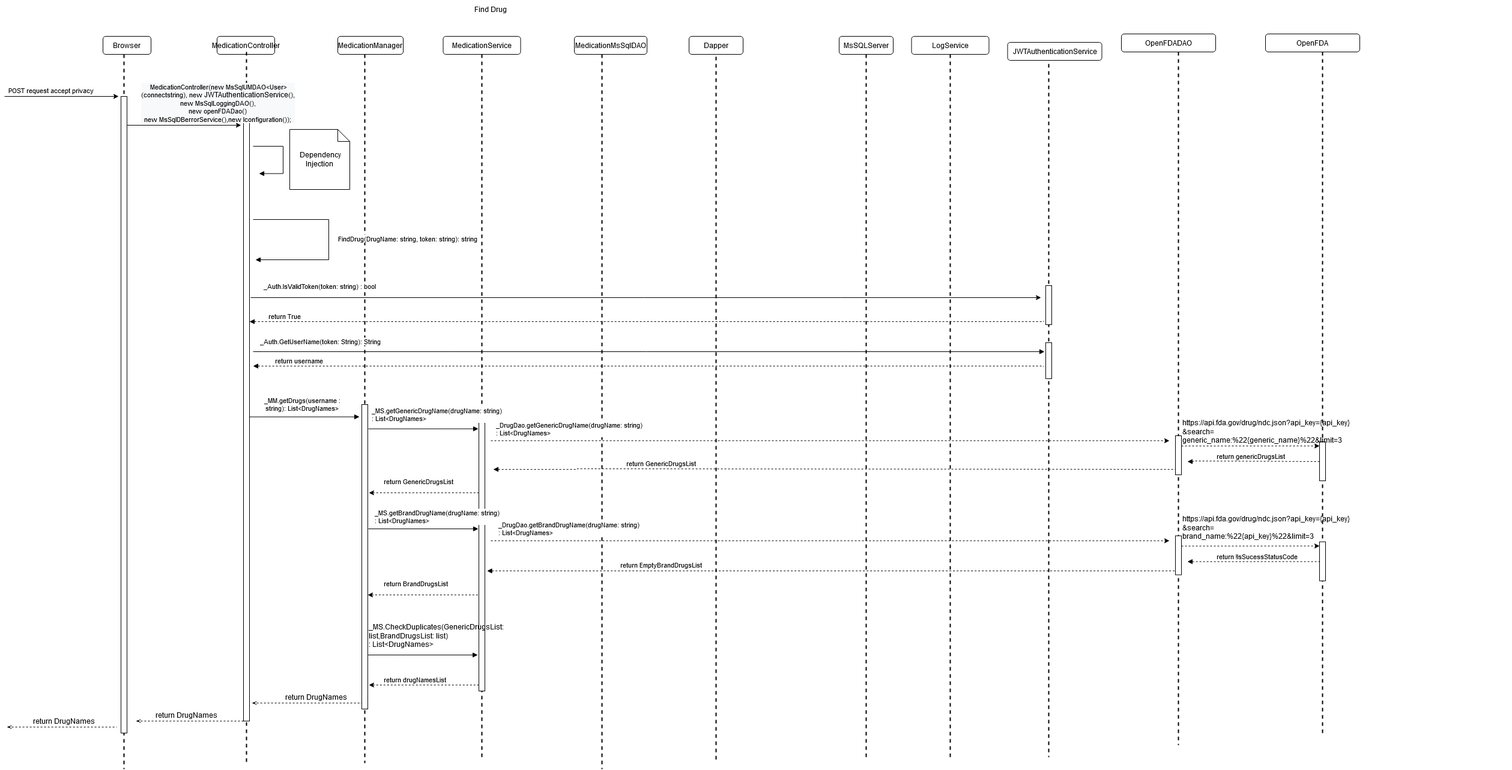
This is Documents/Features/Feature-Medication Lookup/search medicine/MedicationSearch-No brand name.drawio.png from Annihilator3180/CECS-491A-Senior-Project, a draw.io export, as it was before one commit. Source tidied: cells renumbered, new cells last; positions are measured from the earlier drawing's top-left corner, leaving out a move shared by most shapes.
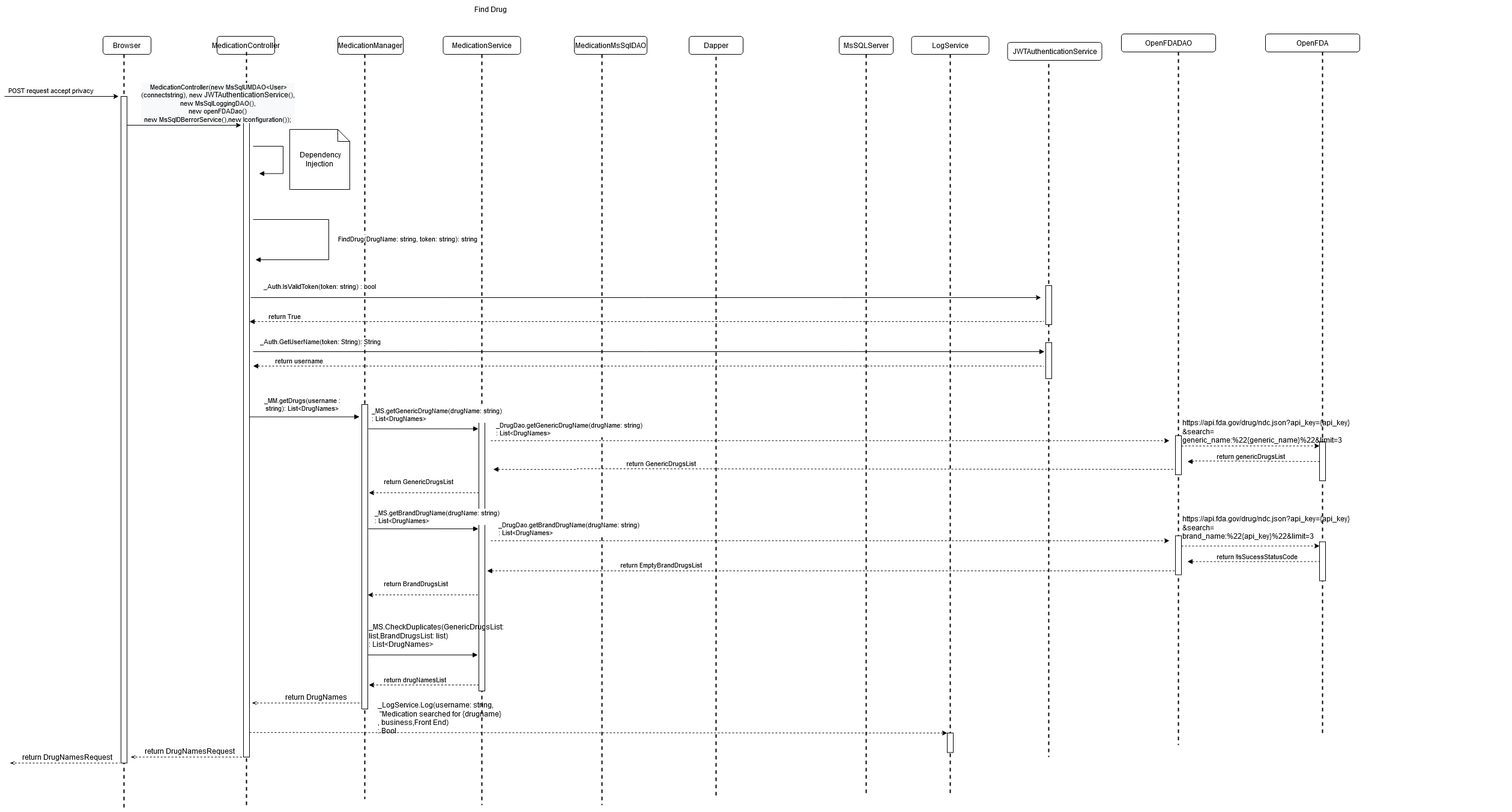
After the commit.

Diff of the diagram source:
```diff
@@ -15,22 +15,22 @@
       <mxGeometry x="555" y="60" width="109" height="30" as="geometry" />
     </mxCell>
     <mxCell id="6" style="line;strokeWidth=2;direction=south;html=1;dashed=1;" parent="1" vertex="1">
-      <mxGeometry x="398" y="86" width="10" height="1184" as="geometry" />
+      <mxGeometry x="398" y="86" width="10" height="1254" as="geometry" />
     </mxCell>
     <mxCell id="7" style="line;strokeWidth=2;direction=south;html=1;dashed=1;" parent="1" vertex="1">
-      <mxGeometry x="595" y="90" width="10" height="1180" as="geometry" />
+      <mxGeometry x="595" y="90" width="10" height="1240" as="geometry" />
     </mxCell>
     <mxCell id="8" style="line;strokeWidth=2;direction=south;html=1;dashed=1;" parent="1" vertex="1">
-      <mxGeometry x="790" y="90" width="10" height="1170" as="geometry" />
+      <mxGeometry x="790" y="90" width="10" height="1250" as="geometry" />
     </mxCell>
     <mxCell id="9" style="line;strokeWidth=2;direction=south;html=1;dashed=1;" parent="1" vertex="1">
-      <mxGeometry x="1430" y="90" width="10" height="1170" as="geometry" />
+      <mxGeometry x="1430" y="90" width="10" height="1230" as="geometry" />
     </mxCell>
     <mxCell id="10" value="MedicationMsSqlDAO" style="rounded=1;whiteSpace=wrap;html=1;" parent="1" vertex="1">
       <mxGeometry x="949" y="60" width="121" height="30" as="geometry" />
     </mxCell>
     <mxCell id="11" style="line;strokeWidth=2;direction=south;html=1;dashed=1;" parent="1" vertex="1">
-      <mxGeometry x="990" y="90" width="10" height="1190" as="geometry" />
+      <mxGeometry x="990" y="90" width="10" height="1250" as="geometry" />
     </mxCell>
     <mxCell id="12" style="html=1;perimeter=orthogonalPerimeter;" parent="1" vertex="1">
       <mxGeometry x="595" y="673" width="10" height="507" as="geometry" />
@@ -39,16 +39,16 @@
       <mxGeometry x="790" y="695" width="10" height="455" as="geometry" />
     </mxCell>
     <mxCell id="14" style="line;strokeWidth=2;direction=south;html=1;dashed=1;" parent="1" vertex="1">
-      <mxGeometry x="1570" y="90" width="10" height="1170" as="geometry" />
+      <mxGeometry x="1570" y="90" width="10" height="1230" as="geometry" />
     </mxCell>
     <mxCell id="15" value="Browser" style="rounded=1;whiteSpace=wrap;html=1;" parent="1" vertex="1">
       <mxGeometry x="164" y="60" width="80" height="30" as="geometry" />
     </mxCell>
     <mxCell id="16" style="line;strokeWidth=2;direction=south;html=1;dashed=1;" parent="1" vertex="1">
-      <mxGeometry x="194" y="90" width="10" height="1190" as="geometry" />
+      <mxGeometry x="194" y="90" width="10" height="1260" as="geometry" />
     </mxCell>
     <mxCell id="17" style="html=1;perimeter=orthogonalPerimeter;" parent="1" vertex="1">
-      <mxGeometry x="194" y="160" width="10" height="1060" as="geometry" />
+      <mxGeometry x="194" y="160" width="10" height="1110" as="geometry" />
     </mxCell>
     <mxCell id="18" style="endArrow=classic;html=1;rounded=0;" parent="1" edge="1">
       <mxGeometry relative="1" as="geometry">
@@ -65,7 +65,7 @@
       <mxGeometry x="1734" y="94" width="10" height="1166" as="geometry" />
     </mxCell>
     <mxCell id="21" style="line;strokeWidth=2;direction=south;html=1;dashed=1;" parent="1" vertex="1">
-      <mxGeometry x="1180" y="94" width="10" height="1176" as="geometry" />
+      <mxGeometry x="1180" y="94" width="10" height="1236" as="geometry" />
     </mxCell>
     <mxCell id="22" value="Dapper" style="rounded=1;whiteSpace=wrap;html=1;" parent="1" vertex="1">
       <mxGeometry x="1140" y="60" width="90" height="30" as="geometry" />
@@ -86,7 +86,7 @@
       </mxGeometry>
     </mxCell>
     <mxCell id="27" style="html=1;perimeter=orthogonalPerimeter;" parent="1" vertex="1">
-      <mxGeometry x="398" y="190" width="10" height="1010" as="geometry" />
+      <mxGeometry x="398" y="190" width="10" height="1070" as="geometry" />
     </mxCell>
     <mxCell id="28" style="endArrow=classic;html=1;rounded=0;edgeStyle=orthogonalEdgeStyle;" parent="1" edge="1">
       <mxGeometry relative="1" as="geometry">
@@ -403,29 +403,55 @@
     <mxCell id="80" value="return DrugNames" style="text;html=1;align=center;verticalAlign=middle;strokeColor=none;fillColor=none;" parent="1" vertex="1">
       <mxGeometry x="463.9" y="1150" width="110" height="20" as="geometry" />
     </mxCell>
-    <mxCell id="81" style="endArrow=none;endFill=0;html=1;edgeStyle=orthogonalEdgeStyle;align=left;verticalAlign=top;rounded=0;exitX=1.133;exitY=0.18;exitDx=0;exitDy=0;exitPerimeter=0;entryX=-0.055;entryY=0.009;entryDx=0;entryDy=0;entryPerimeter=0;startArrow=openThin;startFill=0;dashed=1;" parent="1" edge="1">
-      <mxGeometry x="-1" relative="1" as="geometry">
-        <mxPoint x="218.7" y="1200" as="sourcePoint" />
-        <mxPoint x="401.9" y="1200" as="targetPoint" />
-        <Array as="points">
-          <mxPoint x="402.4" y="1200.4" />
-        </Array>
-      </mxGeometry>
-    </mxCell>
-    <mxCell id="82" value="return DrugNames" style="text;html=1;align=center;verticalAlign=middle;strokeColor=none;fillColor=none;" parent="1" vertex="1">
-      <mxGeometry x="247.9" y="1180" width="110" height="20" as="geometry" />
-    </mxCell>
-    <mxCell id="83" style="endArrow=none;endFill=0;html=1;edgeStyle=orthogonalEdgeStyle;align=left;verticalAlign=top;rounded=0;exitX=1.133;exitY=0.18;exitDx=0;exitDy=0;exitPerimeter=0;entryX=-0.055;entryY=0.009;entryDx=0;entryDy=0;entryPerimeter=0;startArrow=openThin;startFill=0;dashed=1;" parent="1" edge="1">
-      <mxGeometry x="-1" relative="1" as="geometry">
-        <mxPoint x="3.9" y="1210" as="sourcePoint" />
-        <mxPoint x="187" y="1210" as="targetPoint" />
-        <Array as="points">
-          <mxPoint x="187.5" y="1210.4" />
-        </Array>
-      </mxGeometry>
-    </mxCell>
-    <mxCell id="84" value="return DrugNames" style="text;html=1;align=center;verticalAlign=middle;strokeColor=none;fillColor=none;" parent="1" vertex="1">
-      <mxGeometry x="43.9" y="1190" width="110" height="20" as="geometry" />
-    </mxCell>
+    <mxCell id="85" style="endArrow=none;endFill=0;html=1;edgeStyle=orthogonalEdgeStyle;align=left;verticalAlign=top;rounded=0;exitX=1.133;exitY=0.18;exitDx=0;exitDy=0;exitPerimeter=0;entryX=-0.055;entryY=0.009;entryDx=0;entryDy=0;entryPerimeter=0;dashed=1;startArrow=classic;startFill=1;" parent="1" edge="1">
+      <mxGeometry x="-1" relative="1" as="geometry">
+        <mxPoint x="606.9" y="1140" as="sourcePoint" />
+        <mxPoint x="790" y="1140" as="targetPoint" />
+        <Array as="points">
+          <mxPoint x="790.5" y="1140.4" />
+        </Array>
+      </mxGeometry>
+    </mxCell>
+    <mxCell id="86" value="return drugNamesList" style="edgeLabel;html=1;align=left;verticalAlign=bottom;" parent="1" vertex="1">
+      <mxGeometry x="630" y="1140" as="geometry" />
+    </mxCell>
+    <mxCell id="87" style="endArrow=none;endFill=0;html=1;edgeStyle=orthogonalEdgeStyle;align=left;verticalAlign=top;rounded=0;entryX=-0.055;entryY=0.009;entryDx=0;entryDy=0;entryPerimeter=0;startArrow=openThin;startFill=0;dashed=1;" parent="1" edge="1">
+      <mxGeometry x="-1" relative="1" as="geometry">
+        <mxPoint x="210" y="1260" as="sourcePoint" />
+        <mxPoint x="406.9" y="1260" as="targetPoint" />
+        <Array as="points">
+          <mxPoint x="407.5" y="1260.4" />
+        </Array>
+      </mxGeometry>
+    </mxCell>
+    <mxCell id="88" value="return DrugNamesRequest" style="text;html=1;align=center;verticalAlign=middle;strokeColor=none;fillColor=none;" parent="1" vertex="1">
+      <mxGeometry x="227.9" y="1240" width="160" height="20" as="geometry" />
+    </mxCell>
+    <mxCell id="89" style="endArrow=none;endFill=0;html=1;edgeStyle=orthogonalEdgeStyle;align=left;verticalAlign=top;rounded=0;exitX=1.133;exitY=0.18;exitDx=0;exitDy=0;exitPerimeter=0;entryX=-0.055;entryY=0.009;entryDx=0;entryDy=0;entryPerimeter=0;startArrow=openThin;startFill=0;dashed=1;" parent="1" edge="1">
+      <mxGeometry x="-1" relative="1" as="geometry">
+        <mxPoint x="8.9" y="1270" as="sourcePoint" />
+        <mxPoint x="192" y="1270" as="targetPoint" />
+        <Array as="points">
+          <mxPoint x="192.6" y="1270.4" />
+        </Array>
+      </mxGeometry>
+    </mxCell>
+    <mxCell id="90" value="return DrugNamesRequest" style="text;html=1;align=center;verticalAlign=middle;strokeColor=none;fillColor=none;" parent="1" vertex="1">
+      <mxGeometry x="23.9" y="1250" width="160" height="20" as="geometry" />
+    </mxCell>
+    <mxCell id="91" style="endArrow=classic;html=1;rounded=0;dashed=1;entryX=0;entryY=0;entryDx=0;entryDy=0;entryPerimeter=0;" parent="1" edge="1" target="93">
+      <mxGeometry relative="1" as="geometry">
+        <mxPoint x="408" y="1219.2" as="sourcePoint" />
+        <Array as="points">
+          <mxPoint x="446" y="1219.2" />
+        </Array>
+      </mxGeometry>
+    </mxCell>
+    <mxCell id="92" value="&lt;div style=&quot;text-align: left&quot;&gt;&lt;div&gt;_LogService.Log(username: string,&lt;/div&gt;&lt;div&gt;&amp;nbsp;&quot;Medication searched for {drugname}&lt;/div&gt;&lt;div&gt;, business,Front End) &lt;br&gt;&lt;/div&gt;&lt;div&gt;:&amp;nbsp;Bool&lt;/div&gt;&lt;/div&gt;" style="text;whiteSpace=wrap;html=1;" parent="1" vertex="1">
+      <mxGeometry x="620" y="1160" width="370" height="40" as="geometry" />
+    </mxCell>
+    <mxCell id="93" style="html=1;points=[];perimeter=orthogonalPerimeter;" parent="1" vertex="1">
+      <mxGeometry x="1570" y="1220" width="10" height="32.5" as="geometry" />
+    </mxCell>
   </root>
 </mxGraphModel>
```
